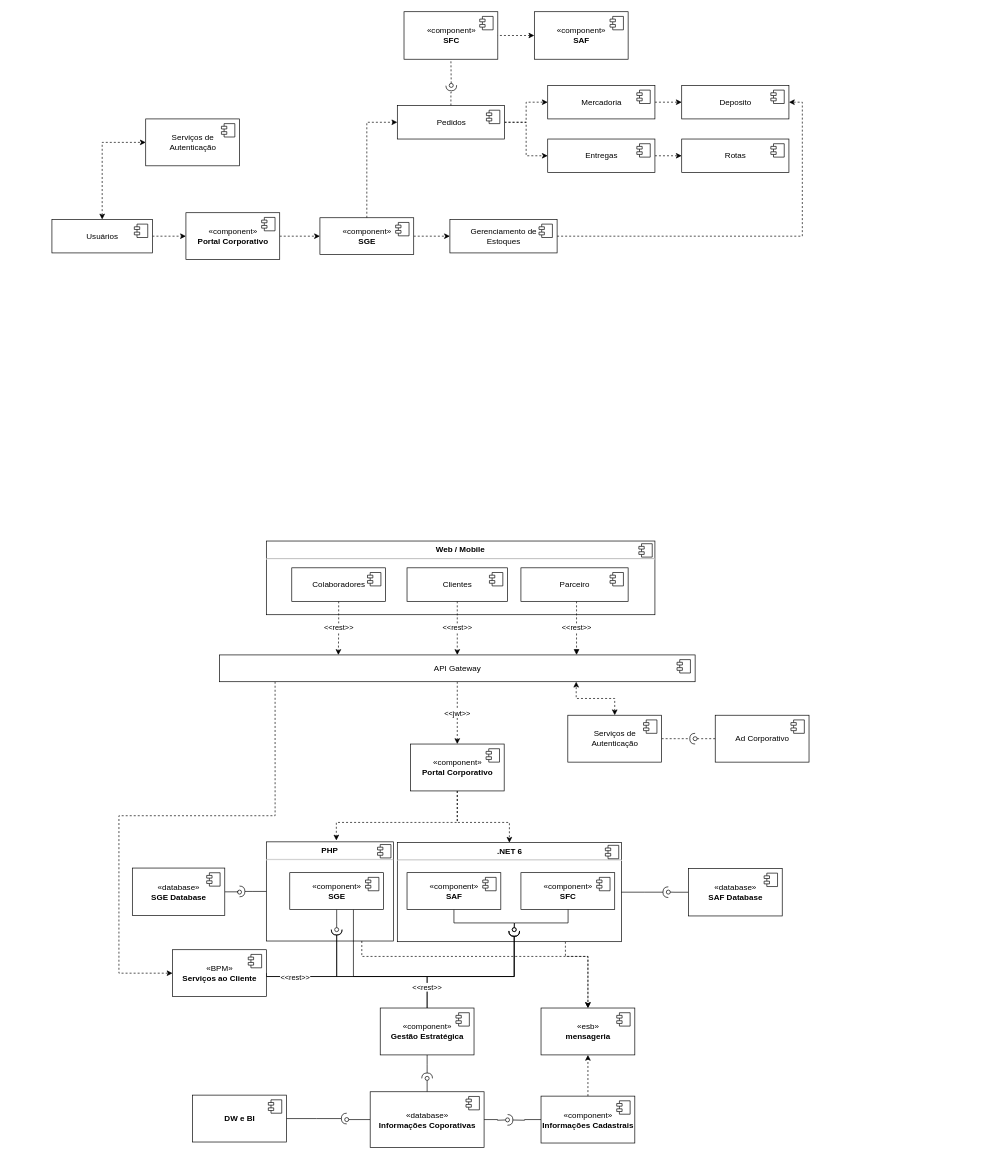
Above: page "Diagrama de Componentes" (4 of 6) of desenho-solucao/DesenhoSolucao.drawio in felipepozzi/puc-minas-arquitetura (draw.io), before the change. Source tidied: cells renumbered, new cells numbered last; positions are measured from the earlier drawing's top-left corner, leaving out a move shared by most shapes. Both pictures are drawn from the tidied source at 67%, with x=0, y=0 at pixel (52, 11).
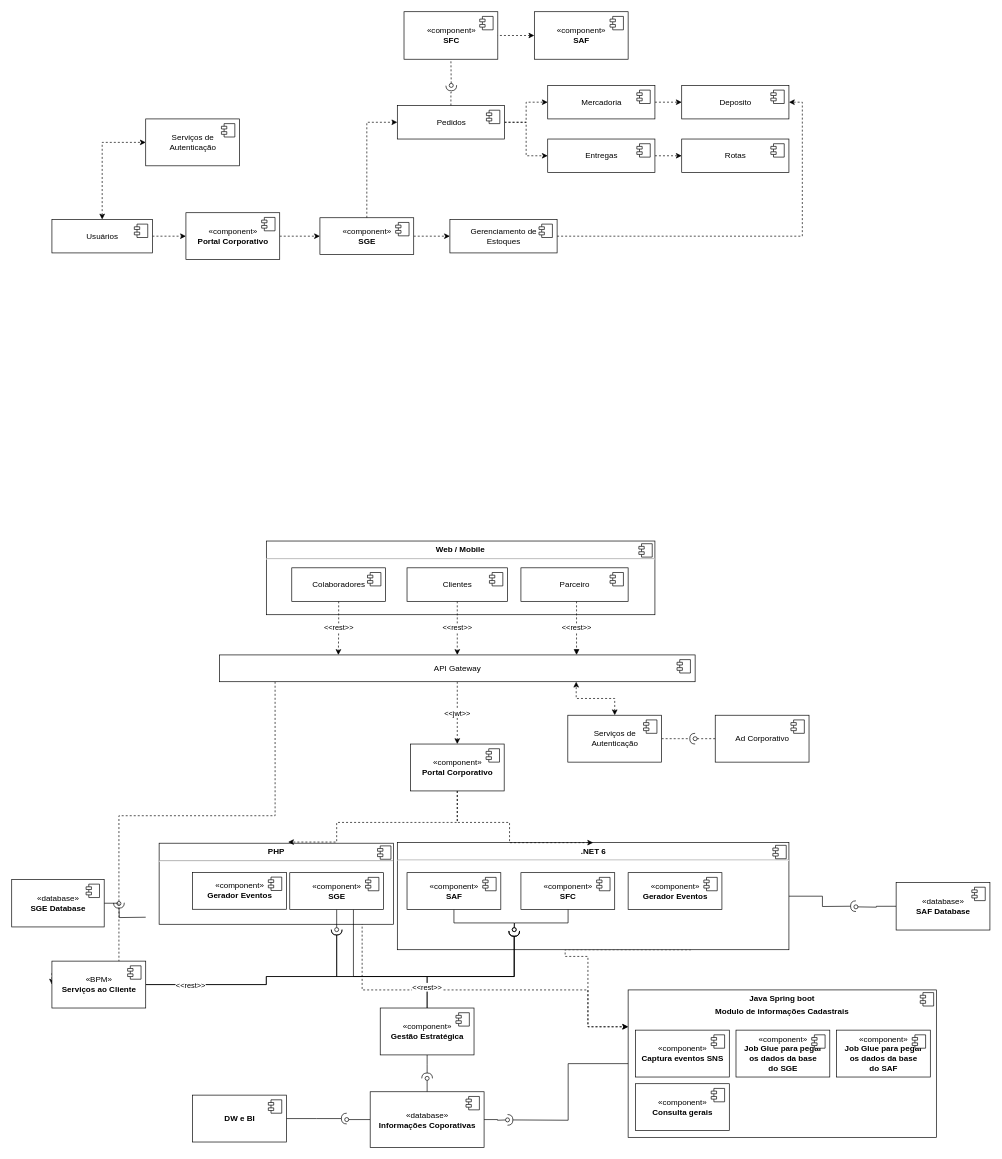
The same page after the edit.

What changed in the source:
```diff
@@
+    <mxCell id="114" value="&lt;p style=&quot;margin: 0px ; margin-top: 6px ; text-align: center&quot;&gt;&lt;b&gt;Java Spring boot&lt;/b&gt;&lt;/p&gt;&lt;p style=&quot;margin: 0px ; margin-top: 6px ; text-align: center&quot;&gt;&lt;b&gt;Modulo de informações Cadastrais&lt;/b&gt;&lt;/p&gt;" style="align=left;overflow=fill;html=1;fontColor=#000000;" parent="1" vertex="1">
+      <mxGeometry x="860" y="1460" width="460" height="220" as="geometry" />
+    </mxCell>
+    <mxCell id="115" style="shape=component;jettyWidth=8;jettyHeight=4;fontColor=#000000;" parent="114" vertex="1">
+      <mxGeometry x="1" width="20" height="20" relative="1" as="geometry">
+        <mxPoint x="-24" y="4" as="offset" />
+      </mxGeometry>
+    </mxCell>
@@
-    <mxCell id="4" style="edgeStyle=orthogonalEdgeStyle;rounded=0;jettySize=auto;html=1;entryX=0.5;entryY=0;entryDx=0;entryDy=0;dashed=1;fontColor=#000000;startArrow=none;startFill=0;endArrow=classic;endFill=1;strokeColor=#000000;exitX=0.75;exitY=1;exitDx=0;exitDy=0;" parent="1" edge="1" source="5" target="112">
+    <mxCell id="4" style="edgeStyle=orthogonalEdgeStyle;rounded=0;jettySize=auto;html=1;entryX=0;entryY=0.25;entryDx=0;entryDy=0;dashed=1;fontColor=#000000;startArrow=none;startFill=0;endArrow=classic;endFill=1;strokeColor=#000000;exitX=0.75;exitY=1;exitDx=0;exitDy=0;" parent="1" edge="1" source="5" target="114">
       <mxGeometry relative="1" as="geometry">
         <Array as="points">
-          <mxPoint x="463" y="1410" />
-          <mxPoint x="800" y="1410" />
+          <mxPoint x="463" y="1360" />
+          <mxPoint x="463" y="1460" />
+          <mxPoint x="800" y="1460" />
+          <mxPoint x="800" y="1515" />
         </Array>
       </mxGeometry>
     </mxCell>
     <mxCell id="5" value="&lt;p style=&quot;margin: 0px ; margin-top: 6px ; text-align: center&quot;&gt;&lt;b&gt;PHP&lt;/b&gt;&lt;/p&gt;&lt;hr&gt;&lt;p style=&quot;margin: 0px ; margin-left: 8px&quot;&gt;&lt;br&gt;&lt;/p&gt;" style="align=left;overflow=fill;html=1;fontColor=#000000;" parent="1" vertex="1">
-      <mxGeometry x="320" y="1239" width="190" height="148" as="geometry" />
+      <mxGeometry x="160" y="1241" width="350" height="121" as="geometry" />
     </mxCell>
@@
-    <mxCell id="7" style="edgeStyle=orthogonalEdgeStyle;rounded=0;jettySize=auto;html=1;entryX=0.5;entryY=0;entryDx=0;entryDy=0;dashed=1;fontColor=#000000;startArrow=none;startFill=0;endArrow=classic;endFill=1;strokeColor=#000000;exitX=0.75;exitY=1;exitDx=0;exitDy=0;" parent="1" edge="1" source="8" target="112">
+    <mxCell id="7" style="edgeStyle=orthogonalEdgeStyle;rounded=0;jettySize=auto;html=1;entryX=0;entryY=0.25;entryDx=0;entryDy=0;dashed=1;fontColor=#000000;startArrow=none;startFill=0;endArrow=classic;endFill=1;strokeColor=#000000;exitX=0.75;exitY=1;exitDx=0;exitDy=0;" parent="1" edge="1" source="8" target="114">
       <mxGeometry relative="1" as="geometry">
         <Array as="points">
           <mxPoint x="766" y="1410" />
           <mxPoint x="800" y="1410" />
+          <mxPoint x="800" y="1515" />
         </Array>
       </mxGeometry>
     </mxCell>
     <mxCell id="8" value="&lt;p style=&quot;margin: 0px ; margin-top: 6px ; text-align: center&quot;&gt;&lt;b&gt;.NET 6&lt;/b&gt;&lt;/p&gt;&lt;hr&gt;&lt;p style=&quot;margin: 0px ; margin-left: 8px&quot;&gt;&lt;br&gt;&lt;/p&gt;" style="align=left;overflow=fill;html=1;fontColor=#000000;" parent="1" vertex="1">
-      <mxGeometry x="515.5" y="1240.2" width="334.5" height="147.8" as="geometry" />
+      <mxGeometry x="515.5" y="1240.2" width="584.5" height="159.8" as="geometry" />
     </mxCell>
@@
     <mxCell id="10" style="edgeStyle=orthogonalEdgeStyle;rounded=0;jettySize=auto;html=1;fontColor=#000000;startArrow=none;startFill=0;endArrow=halfCircle;endFill=0;strokeColor=#000000;" parent="1" edge="1" source="8">
       <mxGeometry relative="1" as="geometry">
-        <mxPoint x="920" y="1314.1" as="targetPoint" />
+        <mxPoint x="1200" y="1335" as="targetPoint" />
       </mxGeometry>
     </mxCell>
@@
-    <mxCell id="27" style="edgeStyle=orthogonalEdgeStyle;rounded=0;jettySize=auto;html=1;fontColor=#000000;startArrow=none;startFill=0;endArrow=halfCircle;endFill=0;strokeColor=#000000;exitX=0;exitY=0.5;exitDx=0;exitDy=0;" parent="1" edge="1" source="5">
+    <mxCell id="27" style="edgeStyle=orthogonalEdgeStyle;rounded=0;orthogonalLoop=1;jettySize=auto;html=1;fontColor=#000000;startArrow=none;startFill=0;endArrow=halfCircle;endFill=0;strokeColor=#000000;exitX=0;exitY=0.5;exitDx=0;exitDy=0;" parent="1" edge="1">
       <mxGeometry relative="1" as="geometry">
-        <mxPoint x="280" y="1313" as="targetPoint" />
+        <mxPoint x="140" y="1351.5" as="sourcePoint" />
+        <mxPoint x="100" y="1330" as="targetPoint" />
       </mxGeometry>
     </mxCell>
@@
     <mxCell id="49" value="«BPM»&lt;br&gt;&lt;b&gt;Serviços ao Cliente&lt;/b&gt;" style="html=1;fontColor=#000000;" parent="1" vertex="1">
-      <mxGeometry x="180" y="1400" width="140" height="70" as="geometry" />
+      <mxGeometry y="1417" width="140" height="70" as="geometry" />
     </mxCell>
@@
-    <mxCell id="57" style="edgeStyle=orthogonalEdgeStyle;rounded=0;jettySize=auto;html=1;fontColor=#000000;startArrow=none;startFill=0;endArrow=halfCircle;endFill=0;strokeColor=#000000;exitX=0;exitY=0.5;exitDx=0;exitDy=0;" parent="1" edge="1" source="59">
+    <mxCell id="57" style="edgeStyle=orthogonalEdgeStyle;rounded=0;jettySize=auto;html=1;fontColor=#000000;startArrow=none;startFill=0;endArrow=halfCircle;endFill=0;strokeColor=#000000;" parent="1" edge="1" source="114">
       <mxGeometry relative="1" as="geometry">
         <mxPoint x="680" y="1654" as="targetPoint" />
       </mxGeometry>
     </mxCell>
-    <mxCell id="58" style="edgeStyle=orthogonalEdgeStyle;rounded=0;jettySize=auto;html=1;entryX=0.5;entryY=1;entryDx=0;entryDy=0;dashed=1;fontColor=#000000;startArrow=none;startFill=0;endArrow=classic;endFill=1;strokeColor=#000000;" parent="1" edge="1" source="59" target="112">
-      <mxGeometry relative="1" as="geometry" />
-    </mxCell>
-    <mxCell id="59" value="«component»&lt;br&gt;&lt;b&gt;Informações Cadastrais&lt;/b&gt;" style="html=1;fontColor=#000000;" parent="1" vertex="1">
-      <mxGeometry x="730" y="1618.5" width="140" height="70" as="geometry" />
+    <mxCell id="59" value="«component»&lt;br&gt;&lt;b&gt;Captura eventos SNS&lt;/b&gt;" style="html=1;fontColor=#000000;" parent="1" vertex="1">
+      <mxGeometry x="871" y="1520" width="140" height="70" as="geometry" />
     </mxCell>
@@
-    <mxCell id="64" style="edgeStyle=orthogonalEdgeStyle;rounded=0;jettySize=auto;html=1;fontColor=#000000;startArrow=none;startFill=0;endArrow=oval;endFill=0;strokeColor=#000000;" parent="1" edge="1" source="65">
+    <mxCell id="64" style="edgeStyle=orthogonalEdgeStyle;rounded=0;jettySize=auto;html=1;fontColor=#000000;startArrow=none;startFill=0;endArrow=oval;endFill=0;strokeColor=#000000;exitX=0;exitY=0.5;exitDx=0;exitDy=0;" parent="1" edge="1" source="65">
       <mxGeometry relative="1" as="geometry">
-        <mxPoint x="920" y="1314" as="targetPoint" />
+        <mxPoint x="1200" y="1336" as="targetPoint" />
       </mxGeometry>
     </mxCell>
     <mxCell id="65" value="«database»&lt;br&gt;&lt;b&gt;SAF Database&lt;/b&gt;" style="html=1;fontColor=#000000;" parent="1" vertex="1">
-      <mxGeometry x="950" y="1278.7" width="140" height="70.9" as="geometry" />
+      <mxGeometry x="1260" y="1299.7" width="140" height="70.9" as="geometry" />
     </mxCell>
@@
     <mxCell id="67" style="edgeStyle=orthogonalEdgeStyle;rounded=0;jettySize=auto;html=1;fontColor=#000000;startArrow=none;startFill=0;endArrow=oval;endFill=0;strokeColor=#000000;" parent="1" edge="1" source="68">
       <mxGeometry relative="1" as="geometry">
-        <mxPoint x="280" y="1314" as="targetPoint" />
+        <mxPoint x="100" y="1331" as="targetPoint" />
       </mxGeometry>
     </mxCell>
     <mxCell id="68" value="«database»&lt;br&gt;&lt;b&gt;SGE Database&lt;/b&gt;" style="html=1;fontColor=#000000;" parent="1" vertex="1">
-      <mxGeometry x="120" y="1278.1" width="138" height="70.9" as="geometry" />
+      <mxGeometry x="-60" y="1295.1" width="138" height="70.9" as="geometry" />
     </mxCell>
@@
-    <mxCell id="112" value="«esb»&lt;br&gt;&lt;b&gt;mensageria&lt;/b&gt;" style="html=1;fontColor=#000000;" parent="1" vertex="1">
-      <mxGeometry x="730" y="1487" width="140" height="70" as="geometry" />
-    </mxCell>
-    <mxCell id="113" style="shape=module;jettyWidth=8;jettyHeight=4;fontColor=#000000;" parent="112" vertex="1">
-      <mxGeometry x="1" width="20" height="20" relative="1" as="geometry">
-        <mxPoint x="-27" y="7" as="offset" />
-      </mxGeometry>
-    </mxCell>
+    <mxCell id="116" value="«component»&lt;br&gt;&lt;b&gt;Job Glue para pegar &lt;br&gt;os dados da base &lt;br&gt;do SGE&lt;/b&gt;" style="html=1;fontColor=#000000;" parent="1" vertex="1">
+      <mxGeometry x="1021" y="1520" width="140" height="70" as="geometry" />
+    </mxCell>
+    <mxCell id="117" style="shape=module;jettyWidth=8;jettyHeight=4;fontColor=#000000;" parent="116" vertex="1">
+      <mxGeometry x="1" width="20" height="20" relative="1" as="geometry">
+        <mxPoint x="-27" y="7" as="offset" />
+      </mxGeometry>
+    </mxCell>
+    <mxCell id="118" value="«component»&lt;br&gt;&lt;b&gt;Job Glue para pegar &lt;br&gt;os dados da base &lt;br&gt;do SAF&lt;/b&gt;" style="html=1;fontColor=#000000;" parent="1" vertex="1">
+      <mxGeometry x="1171" y="1520" width="140" height="70" as="geometry" />
+    </mxCell>
+    <mxCell id="119" style="shape=module;jettyWidth=8;jettyHeight=4;fontColor=#000000;" parent="118" vertex="1">
+      <mxGeometry x="1" width="20" height="20" relative="1" as="geometry">
+        <mxPoint x="-27" y="7" as="offset" />
+      </mxGeometry>
+    </mxCell>
+    <mxCell id="120" value="«component»&lt;br&gt;&lt;b&gt;Consulta gerais&lt;/b&gt;" style="html=1;fontColor=#000000;" parent="1" vertex="1">
+      <mxGeometry x="871" y="1600" width="140" height="70" as="geometry" />
+    </mxCell>
+    <mxCell id="121" style="shape=module;jettyWidth=8;jettyHeight=4;fontColor=#000000;" parent="120" vertex="1">
+      <mxGeometry x="1" width="20" height="20" relative="1" as="geometry">
+        <mxPoint x="-27" y="7" as="offset" />
+      </mxGeometry>
+    </mxCell>
+    <mxCell id="122" value="«component»&lt;br&gt;&lt;b&gt;Gerador Eventos&lt;/b&gt;" style="html=1;fontColor=#000000;" parent="1" vertex="1">
+      <mxGeometry x="210" y="1284.6" width="140" height="55" as="geometry" />
+    </mxCell>
+    <mxCell id="123" style="shape=module;jettyWidth=8;jettyHeight=4;fontColor=#000000;" parent="122" vertex="1">
+      <mxGeometry x="1" width="20" height="20" relative="1" as="geometry">
+        <mxPoint x="-27" y="7" as="offset" />
+      </mxGeometry>
+    </mxCell>
+    <mxCell id="124" value="«component»&lt;br&gt;&lt;b&gt;Gerador Eventos&lt;/b&gt;" style="html=1;fontColor=#000000;" parent="1" vertex="1">
+      <mxGeometry x="860" y="1285" width="140" height="55" as="geometry" />
+    </mxCell>
+    <mxCell id="125" style="shape=module;jettyWidth=8;jettyHeight=4;fontColor=#000000;" parent="124" vertex="1">
+      <mxGeometry x="1" width="20" height="20" relative="1" as="geometry">
+        <mxPoint x="-27" y="7" as="offset" />
+      </mxGeometry>
+    </mxCell>
```
